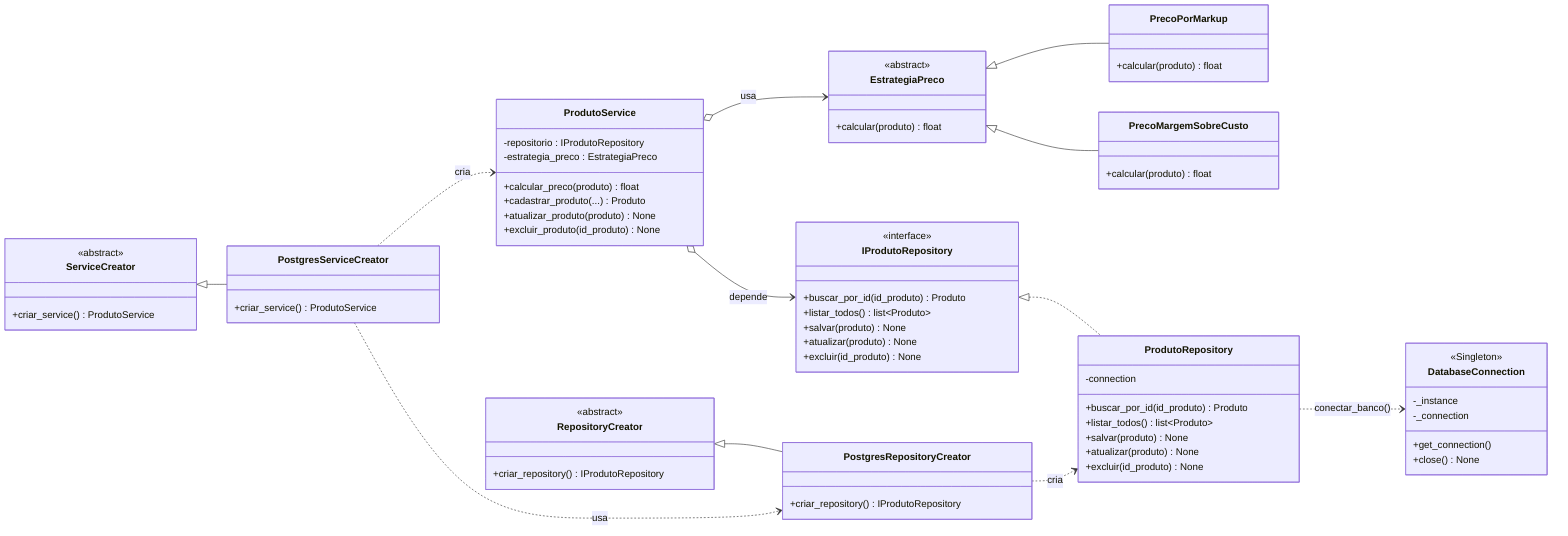
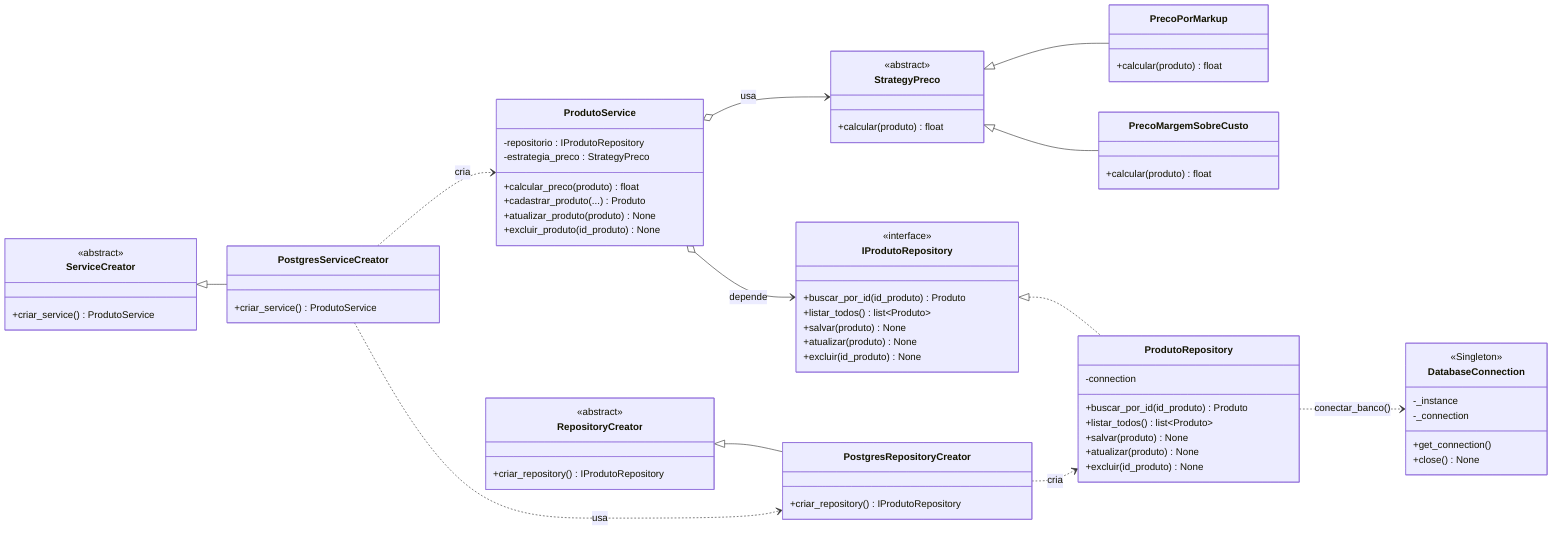
%% Diagrama de classes das partes onde padroes GoF foram aplicados
%% Strategy, Factory Method, Singleton (+ Repository como contrato de dominio)
classDiagram
    direction LR

    %% ===================== Strategy =====================
-     class EstrategiaPreco {
+     class StrategyPreco {
        <<abstract>>
        +calcular(produto) float
    }
    class PrecoPorMarkup {
        +calcular(produto) float
    }
    class PrecoMargemSobreCusto {
        +calcular(produto) float
    }
-     EstrategiaPreco <|-- PrecoPorMarkup
-     EstrategiaPreco <|-- PrecoMargemSobreCusto
+     StrategyPreco <|-- PrecoPorMarkup
+     StrategyPreco <|-- PrecoMargemSobreCusto

    %% ===================== Repository =====================
    class IProdutoRepository {
        <<interface>>
        +buscar_por_id(id_produto) Produto
        +listar_todos() list~Produto~
        +salvar(produto) None
        +atualizar(produto) None
        +excluir(id_produto) None
    }
    class ProdutoRepository {
        -connection
        +buscar_por_id(id_produto) Produto
        +listar_todos() list~Produto~
        +salvar(produto) None
        +atualizar(produto) None
        +excluir(id_produto) None
    }
    IProdutoRepository <|.. ProdutoRepository

    %% ===================== Service (Context do Strategy) =====================
    class ProdutoService {
        -repositorio : IProdutoRepository
-         -estrategia_preco : EstrategiaPreco
+         -estrategia_preco : StrategyPreco
        +calcular_preco(produto) float
        +cadastrar_produto(...) Produto
        +atualizar_produto(produto) None
        +excluir_produto(id_produto) None
    }
    ProdutoService o--> IProdutoRepository : depende
-     ProdutoService o--> EstrategiaPreco : usa
+     ProdutoService o--> StrategyPreco : usa

    %% ===================== Factory Method =====================
    class RepositoryCreator {
        <<abstract>>
        +criar_repository() IProdutoRepository
    }
    class PostgresRepositoryCreator {
        +criar_repository() IProdutoRepository
    }
    RepositoryCreator <|-- PostgresRepositoryCreator
    PostgresRepositoryCreator ..> ProdutoRepository : cria

    class ServiceCreator {
        <<abstract>>
        +criar_service() ProdutoService
    }
    class PostgresServiceCreator {
        +criar_service() ProdutoService
    }
    ServiceCreator <|-- PostgresServiceCreator
    PostgresServiceCreator ..> ProdutoService : cria
    PostgresServiceCreator ..> PostgresRepositoryCreator : usa

    %% ===================== Singleton =====================
    class DatabaseConnection {
        <<Singleton>>
        -_instance
        -_connection
        +get_connection()
        +close() None
    }
    ProdutoRepository ..> DatabaseConnection : conectar_banco()
